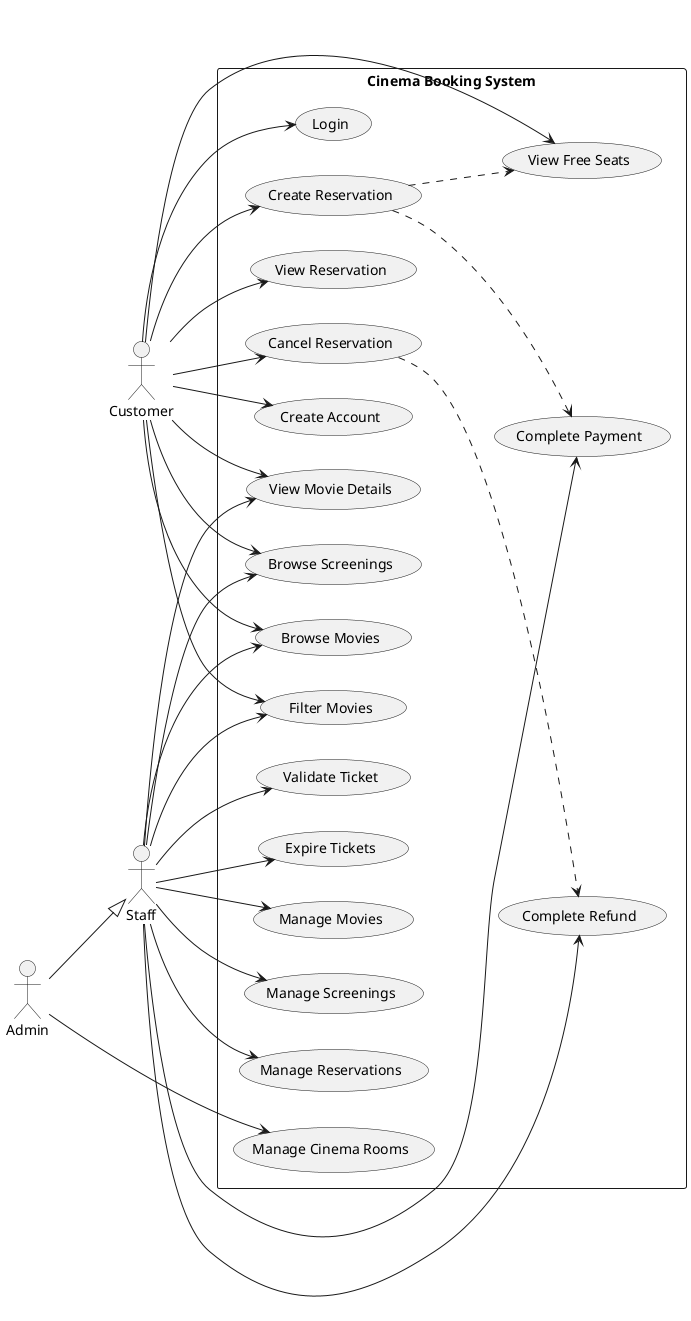
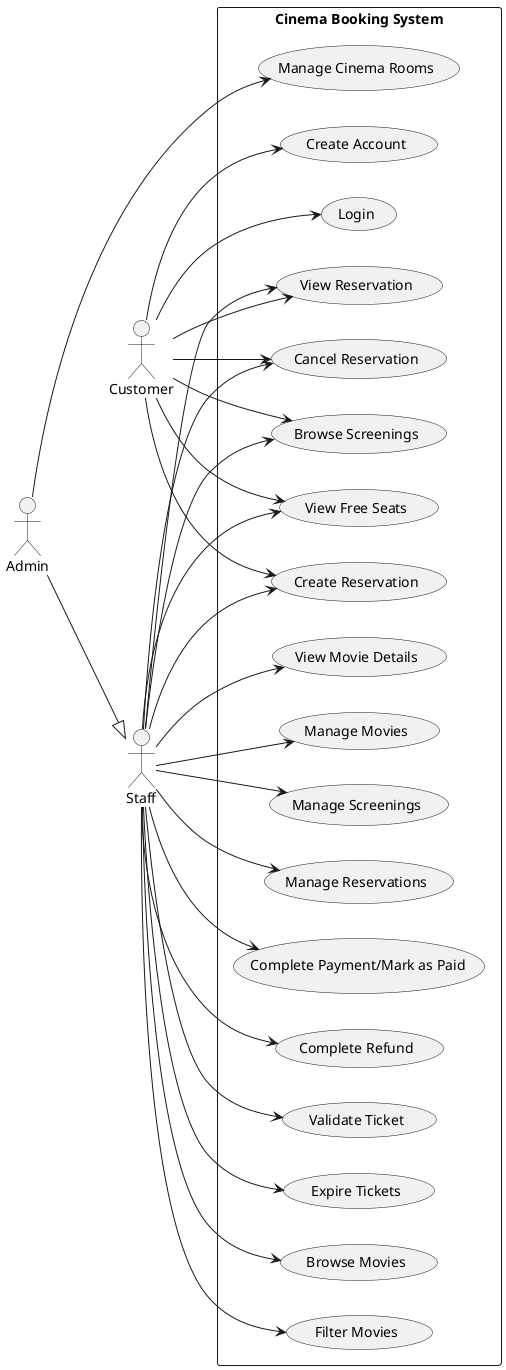
@startuml
left to right direction

actor "Customer" as customer
actor "Staff" as staff
actor "Admin" as admin

admin --|> staff

rectangle "Cinema Booking System" {
  usecase "Create Account" as UC1
  usecase "Login" as UC2
-   usecase "Browse Movies" as UC3
-   usecase "Filter Movies" as UC4
-   usecase "View Movie Details" as UC5
-   usecase "Browse Screenings" as UC6
-   usecase "View Free Seats" as UC7
-   usecase "Create Reservation" as UC8
-   usecase "View Reservation" as UC9
-   usecase "Cancel Reservation" as UC10
+   usecase "Browse Screenings" as UC3
+   usecase "View Free Seats" as UC4
+   usecase "Create Reservation" as UC5
+   usecase "View Reservation" as UC6
+   usecase "Cancel Reservation" as UC7

-   usecase "Manage Movies" as UC11
-   usecase "Manage Screenings" as UC12
-   usecase "Manage Reservations" as UC13
-   usecase "Complete Payment" as UC14
-   usecase "Complete Refund" as UC15
-   usecase "Validate Ticket" as UC16
-   usecase "Expire Tickets" as UC17
+   usecase "Manage Movies" as UC8
+   usecase "Manage Screenings" as UC9
+   usecase "Manage Reservations" as UC10
+   usecase "Complete Payment/Mark as Paid" as UC11
+   usecase "Complete Refund" as UC12
+   usecase "Validate Ticket" as UC13
+   usecase "Expire Tickets" as UC14
+   usecase "Browse Movies" as UC15
+   usecase "Filter Movies" as UC16
+   usecase "View Movie Details" as UC17

  usecase "Manage Cinema Rooms" as UC18
}

customer --> UC1
customer --> UC2
customer --> UC3
customer --> UC4
customer --> UC5
customer --> UC6
customer --> UC7
- customer --> UC8
- customer --> UC9
- customer --> UC10

staff --> UC3
staff --> UC4
staff --> UC5
staff --> UC6
+ staff --> UC7
+ staff --> UC8
+ staff --> UC9
+ staff --> UC10
staff --> UC11
staff --> UC12
staff --> UC13
staff --> UC14
staff --> UC15
staff --> UC16
staff --> UC17

admin --> UC18

- UC8 ..> UC7
- UC8 ..> UC14
- UC10 ..> UC15

@enduml
